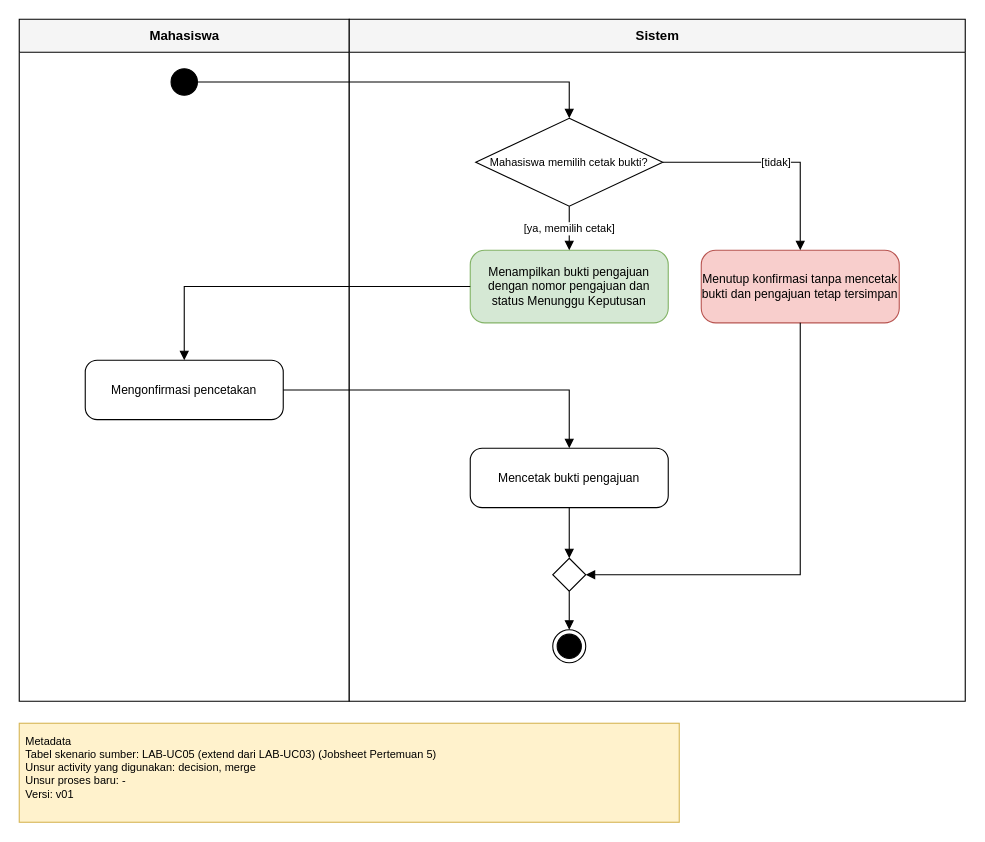
This is 04_model_analisis/P06/LAB/P06_2406027_LAB_activity_cetak_bukti_v01.drawio from Muhamadrojaka15/IFRWP5149_2406027_LabAlat, a draw.io file, before an edit. Source tidied: cells renumbered, new cells numbered last; positions are measured from the earlier drawing's top-left corner, leaving out a move shared by most shapes. Both pictures are drawn from the tidied source at 110%, with x=0, y=0 at pixel (19, 19).
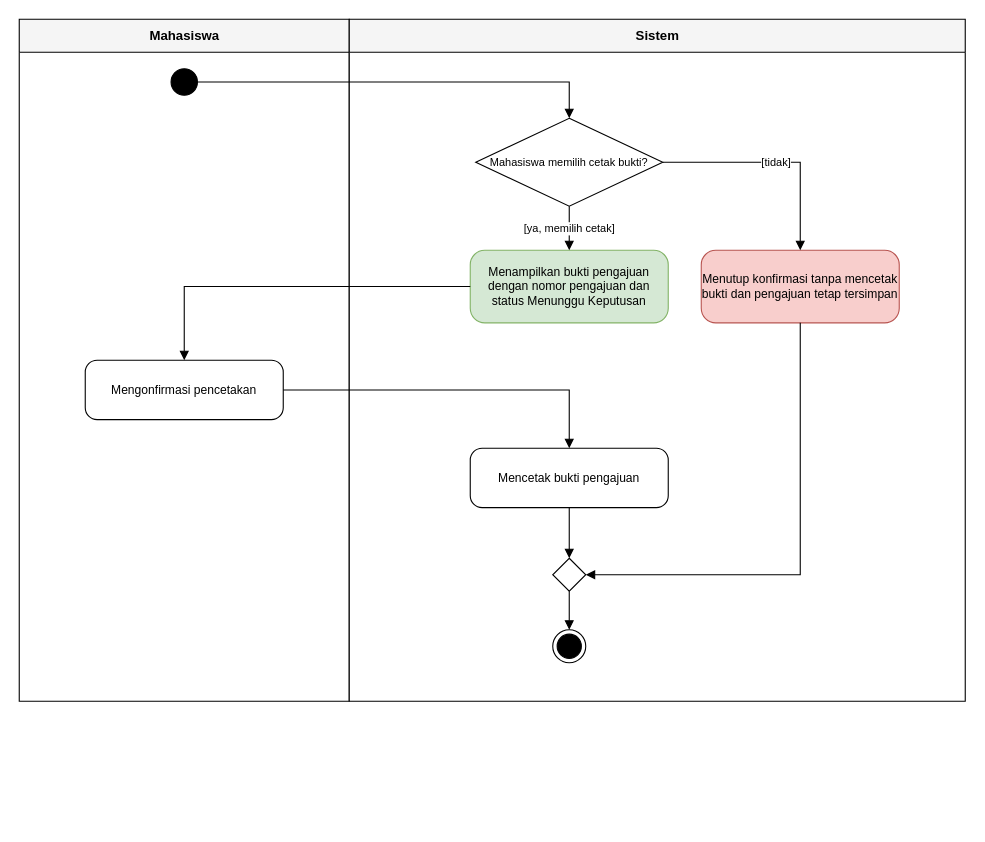
The same page after the edit.

Change to the diagram source:
```diff
@@
-    <mxCell id="20" value="Metadata&#10;Tabel skenario sumber: LAB-UC05 (extend dari LAB-UC03) (Jobsheet Pertemuan 5)&#10;Unsur activity yang digunakan: decision, merge&#10;Unsur proses baru: -&#10;Versi: v01" style="text;html=1;whiteSpace=wrap;align=left;verticalAlign=top;fontSize=10;fillColor=#fff2cc;strokeColor=#d6b656;spacing=6;" parent="1" vertex="1">
-      <mxGeometry y="640" width="600" height="90" as="geometry" />
-    </mxCell>
```
